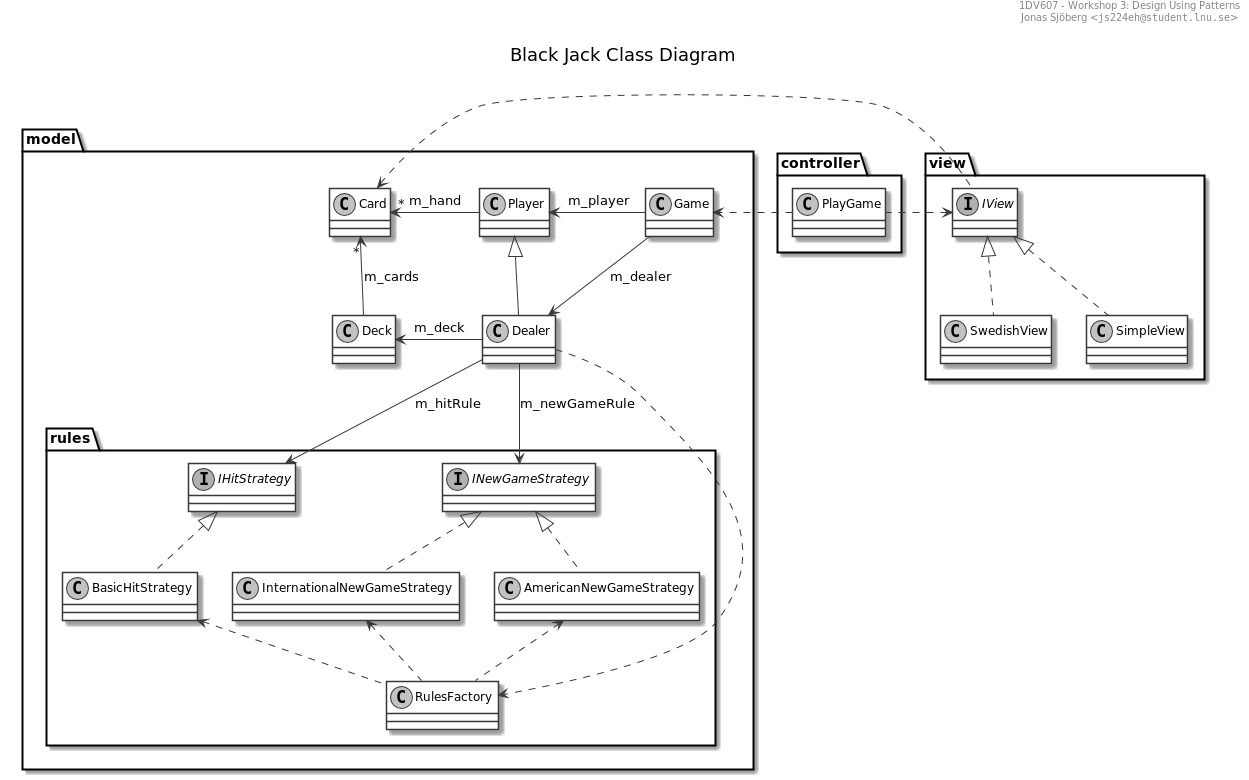
The PlantUML diagram workshop3/uml/class-diagram_original.png in jonasjberg/1dv607_workshop1, before a commit.
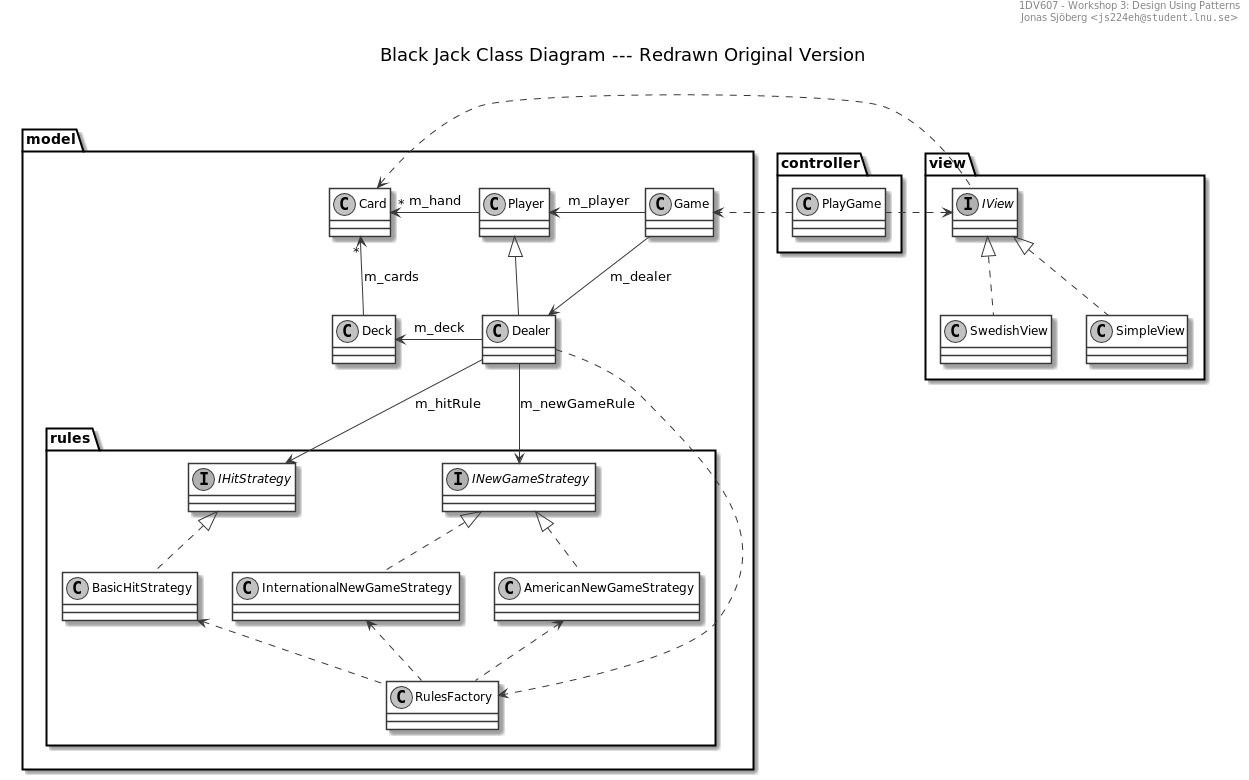
After the change.

Commit message:
Add "original" to diagram title.

The edit, as a diff of the source:
```diff
@@ -11,7 +11,7 @@
 Jonas Sjöberg <""js224eh@student.lnu.se"">
 end header
 
-title \nBlack Jack Class Diagram\n
+title \nBlack Jack Class Diagram --- Redrawn Original Version\n
 
 package controller {
     class PlayGame
```
